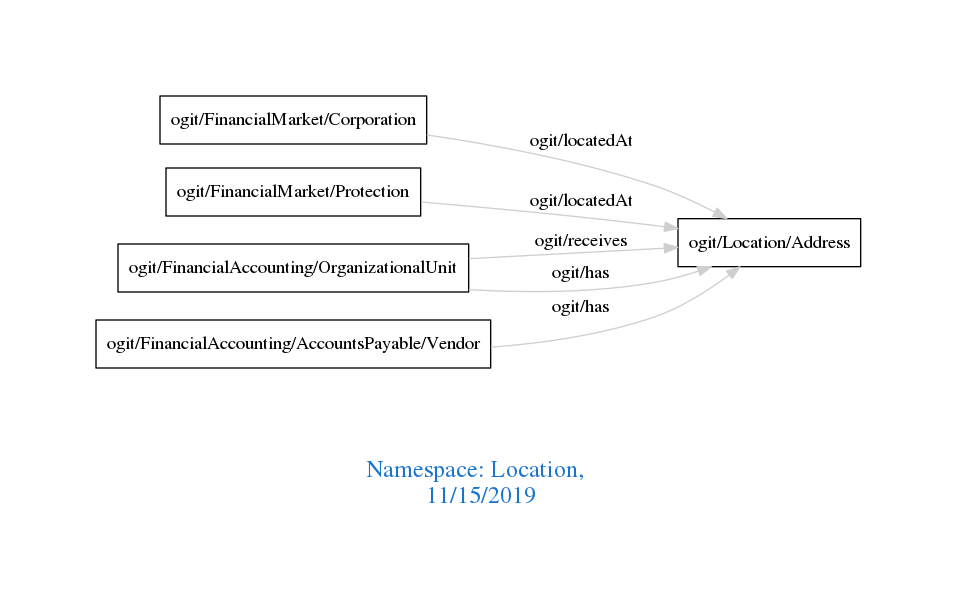
Before: downloads/Location.png, a diagram exported from Graphviz (arago/OGIT). Its source is kept beside it as downloads/Location.dot.
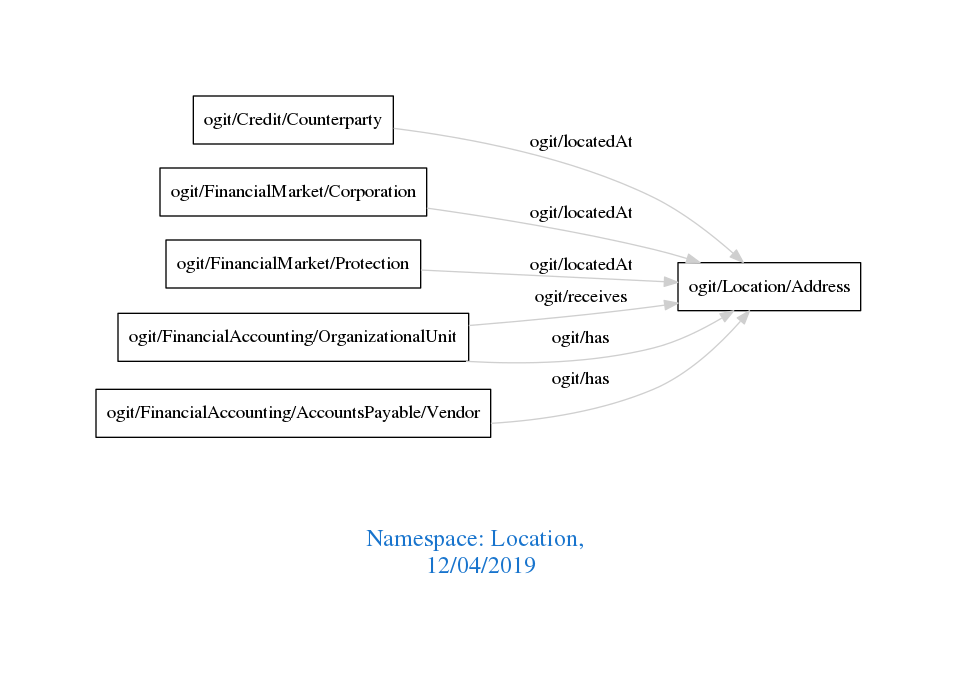
The same diagram one commit later.

The edit, as a diff of the source:
```diff
@@ -1,10 +1,11 @@
 digraph OGIT_ontology {
  graph [ rankdir= LR,pad=1
 fontsize = 18,
-fontcolor= dodgerblue3,label = "\n\n\nNamespace: Location, \n 11/15/2019"];
+fontcolor= dodgerblue3,label = "\n\n\nNamespace: Location, \n 12/04/2019"];
 node[shape=polygon];
 edge [  color="gray81"];
 
+   "ogit/Credit/Counterparty" -> "ogit/Location/Address" [label="   ogit/locatedAt    "];
    "ogit/FinancialMarket/Corporation" -> "ogit/Location/Address" [label="   ogit/locatedAt    "];
    "ogit/FinancialMarket/Protection" -> "ogit/Location/Address" [label="   ogit/locatedAt    "];
    "ogit/FinancialAccounting/OrganizationalUnit" -> "ogit/Location/Address" [label="   ogit/receives    "];
```
